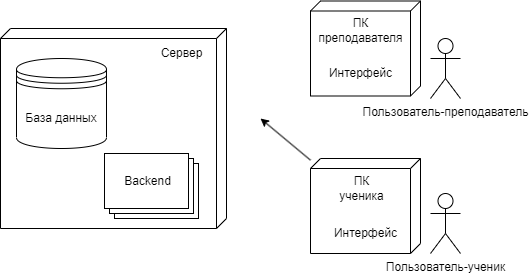
This is Диаграмма-компонентов.png from watashinonericell/myrepos, a draw.io export, as it was before one commit. Source tidied: cells renumbered, new cells last; positions are measured from the earlier drawing's top-left corner, leaving out a move shared by most shapes.
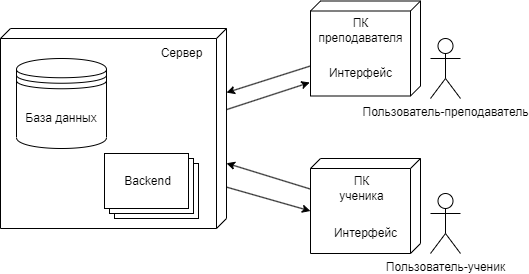
After the commit.

Diff of the diagram source:
```diff
@@ -35,10 +35,8 @@
     <mxCell id="12" value="ПК &lt;br&gt;ученика" style="text;html=1;align=center;verticalAlign=middle;strokeColor=none;fillColor=none;" parent="1" vertex="1">
       <mxGeometry x="326" y="168" width="70" height="40" as="geometry" />
     </mxCell>
-    <mxCell id="13" style="endArrow=classic;html=1;rounded=0;" parent="1" edge="1" source="10">
-      <mxGeometry relative="1" as="geometry">
-        <mxPoint x="260" y="118" as="targetPoint" />
-      </mxGeometry>
+    <mxCell id="13" style="endArrow=classic;html=1;rounded=0;" parent="1" edge="1" source="10" target="2">
+      <mxGeometry relative="1" as="geometry" />
     </mxCell>
     <mxCell id="14" value="Интерфейс" style="text;html=1;align=center;verticalAlign=middle;strokeColor=none;fillColor=none;" parent="1" vertex="1">
       <mxGeometry x="315" y="58" width="90" height="30" as="geometry" />
@@ -46,5 +44,14 @@
     <mxCell id="15" value="Интерфейс" style="text;html=1;align=center;verticalAlign=middle;strokeColor=none;fillColor=none;" parent="1" vertex="1">
       <mxGeometry x="320" y="218" width="90" height="30" as="geometry" />
     </mxCell>
+    <mxCell id="16" style="endArrow=classic;html=1;rounded=0;entryX=0;entryY=0;entryDx=52.5;entryDy=110;entryPerimeter=0;exitX=0.793;exitY=0;exitDx=0;exitDy=0;exitPerimeter=0;" parent="1" edge="1" source="2" target="10">
+      <mxGeometry relative="1" as="geometry" />
+    </mxCell>
+    <mxCell id="17" style="endArrow=classic;html=1;rounded=0;" parent="1" edge="1" source="9" target="2">
+      <mxGeometry relative="1" as="geometry" />
+    </mxCell>
+    <mxCell id="18" style="endArrow=classic;html=1;rounded=0;exitX=0.406;exitY=0.001;exitDx=0;exitDy=0;exitPerimeter=0;entryX=0.858;entryY=1.007;entryDx=0;entryDy=0;entryPerimeter=0;" parent="1" edge="1" source="2" target="9">
+      <mxGeometry relative="1" as="geometry" />
+    </mxCell>
   </root>
 </mxGraphModel>
```
